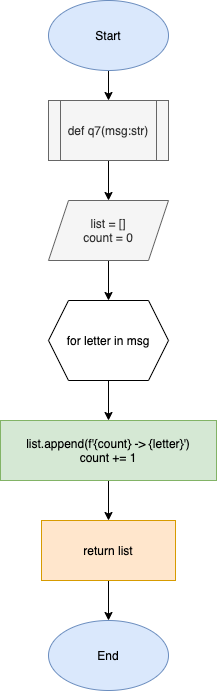
Above: 100_quizzes/q7_flowchart.drawio.png in MichaelT2828/Unit_2 (draw.io), before the change. Source tidied: cells renumbered, new cells last; positions are measured from the earlier drawing's top-left corner, leaving out a move shared by most shapes. Source of this version:
```xml
<mxGraphModel>
  <root>
    <mxCell id="0" />
    <mxCell id="1" parent="0" />
    <mxCell id="2" style="edgeStyle=orthogonalEdgeStyle;rounded=0;jettySize=auto;html=1;" parent="1" edge="1" source="3" target="5">
      <mxGeometry relative="1" as="geometry" />
    </mxCell>
    <mxCell id="3" value="Start" style="ellipse;whiteSpace=wrap;html=1;fillColor=#dae8fc;strokeColor=#6c8ebf;" parent="1" vertex="1">
      <mxGeometry x="48" width="120" height="70" as="geometry" />
    </mxCell>
    <mxCell id="4" style="edgeStyle=orthogonalEdgeStyle;rounded=0;jettySize=auto;html=1;" parent="1" edge="1" source="5" target="7">
      <mxGeometry relative="1" as="geometry" />
    </mxCell>
    <mxCell id="5" value="def q7(msg:str)" style="shape=process;whiteSpace=wrap;html=1;backgroundOutline=1;fillColor=#f5f5f5;fontColor=#333333;strokeColor=#666666;" parent="1" vertex="1">
      <mxGeometry x="48" y="100" width="120" height="60" as="geometry" />
    </mxCell>
    <mxCell id="6" style="edgeStyle=orthogonalEdgeStyle;rounded=0;jettySize=auto;html=1;" parent="1" edge="1" source="7" target="9">
      <mxGeometry relative="1" as="geometry" />
    </mxCell>
    <mxCell id="7" value="list = []&lt;br&gt;count = 0" style="shape=parallelogram;perimeter=parallelogramPerimeter;whiteSpace=wrap;html=1;fixedSize=1;fillColor=#f5f5f5;fontColor=#333333;strokeColor=#666666;" parent="1" vertex="1">
      <mxGeometry x="48" y="200" width="120" height="60" as="geometry" />
    </mxCell>
    <mxCell id="8" style="edgeStyle=orthogonalEdgeStyle;rounded=0;jettySize=auto;html=1;" parent="1" edge="1" source="9" target="11">
      <mxGeometry relative="1" as="geometry" />
    </mxCell>
    <mxCell id="9" value="for letter in msg" style="shape=hexagon;perimeter=hexagonPerimeter2;whiteSpace=wrap;html=1;fixedSize=1;" parent="1" vertex="1">
      <mxGeometry x="48" y="300" width="120" height="80" as="geometry" />
    </mxCell>
    <mxCell id="10" style="edgeStyle=orthogonalEdgeStyle;rounded=0;jettySize=auto;html=1;" parent="1" edge="1" source="11" target="13">
      <mxGeometry relative="1" as="geometry" />
    </mxCell>
    <mxCell id="11" value="list.append(f'{count} -&amp;gt; {letter}')&lt;br&gt;count += 1" style="rounded=0;whiteSpace=wrap;html=1;fillColor=#d5e8d4;strokeColor=#82b366;" parent="1" vertex="1">
      <mxGeometry y="420" width="216" height="60" as="geometry" />
    </mxCell>
    <mxCell id="12" style="edgeStyle=orthogonalEdgeStyle;rounded=0;jettySize=auto;html=1;" parent="1" edge="1" source="13" target="14">
      <mxGeometry relative="1" as="geometry" />
    </mxCell>
    <mxCell id="13" value="return list" style="rounded=0;whiteSpace=wrap;html=1;fillColor=#ffe6cc;strokeColor=#d79b00;" parent="1" vertex="1">
      <mxGeometry x="41" y="520" width="134" height="60" as="geometry" />
    </mxCell>
    <mxCell id="14" value="End" style="ellipse;whiteSpace=wrap;html=1;fillColor=#dae8fc;strokeColor=#6c8ebf;" parent="1" vertex="1">
      <mxGeometry x="48" y="620" width="120" height="70" as="geometry" />
    </mxCell>
  </root>
</mxGraphModel>
```
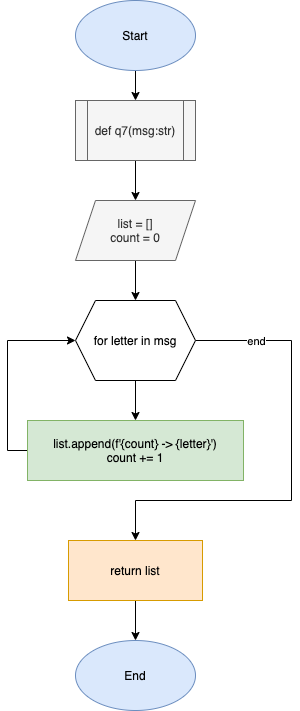
Above is the later version.

Change to the diagram source:
```diff
@@ -23,12 +23,29 @@
     <mxCell id="8" style="edgeStyle=orthogonalEdgeStyle;rounded=0;jettySize=auto;html=1;" parent="1" edge="1" source="9" target="11">
       <mxGeometry relative="1" as="geometry" />
     </mxCell>
+    <mxCell id="15" style="edgeStyle=orthogonalEdgeStyle;rounded=0;jettySize=auto;html=1;exitX=1;exitY=0.5;exitDx=0;exitDy=0;entryX=0.5;entryY=0;entryDx=0;entryDy=0;" parent="1" edge="1" source="9" target="13">
+      <mxGeometry relative="1" as="geometry">
+        <Array as="points">
+          <mxPoint x="264" y="340" />
+          <mxPoint x="264" y="500" />
+          <mxPoint x="108" y="500" />
+        </Array>
+      </mxGeometry>
+    </mxCell>
+    <mxCell id="16" value="end" style="edgeLabel;html=1;align=center;verticalAlign=middle;" parent="15" vertex="1">
+      <mxGeometry x="-0.73" relative="1" as="geometry" />
+    </mxCell>
     <mxCell id="9" value="for letter in msg" style="shape=hexagon;perimeter=hexagonPerimeter2;whiteSpace=wrap;html=1;fixedSize=1;" parent="1" vertex="1">
       <mxGeometry x="48" y="300" width="120" height="80" as="geometry" />
     </mxCell>
-    <mxCell id="10" style="edgeStyle=orthogonalEdgeStyle;rounded=0;jettySize=auto;html=1;" parent="1" edge="1" source="11" target="13">
-      <mxGeometry relative="1" as="geometry" />
-    </mxCell>
+    <mxCell id="17" style="edgeStyle=orthogonalEdgeStyle;rounded=0;jettySize=auto;html=1;entryX=0;entryY=0.5;entryDx=0;entryDy=0;" parent="1" edge="1" source="11" target="9">
+      <mxGeometry relative="1" as="geometry">
+        <Array as="points">
+          <mxPoint x="-20" y="450" />
+          <mxPoint x="-20" y="340" />
+        </Array>
+      </mxGeometry>
+    </mxCell>
     <mxCell id="11" value="list.append(f'{count} -&amp;gt; {letter}')&lt;br&gt;count += 1" style="rounded=0;whiteSpace=wrap;html=1;fillColor=#d5e8d4;strokeColor=#82b366;" parent="1" vertex="1">
       <mxGeometry y="420" width="216" height="60" as="geometry" />
     </mxCell>
@@ -36,10 +53,10 @@
       <mxGeometry relative="1" as="geometry" />
     </mxCell>
     <mxCell id="13" value="return list" style="rounded=0;whiteSpace=wrap;html=1;fillColor=#ffe6cc;strokeColor=#d79b00;" parent="1" vertex="1">
-      <mxGeometry x="41" y="520" width="134" height="60" as="geometry" />
+      <mxGeometry x="41" y="540" width="134" height="60" as="geometry" />
     </mxCell>
     <mxCell id="14" value="End" style="ellipse;whiteSpace=wrap;html=1;fillColor=#dae8fc;strokeColor=#6c8ebf;" parent="1" vertex="1">
-      <mxGeometry x="48" y="620" width="120" height="70" as="geometry" />
+      <mxGeometry x="48" y="640" width="120" height="70" as="geometry" />
     </mxCell>
   </root>
 </mxGraphModel>
```
